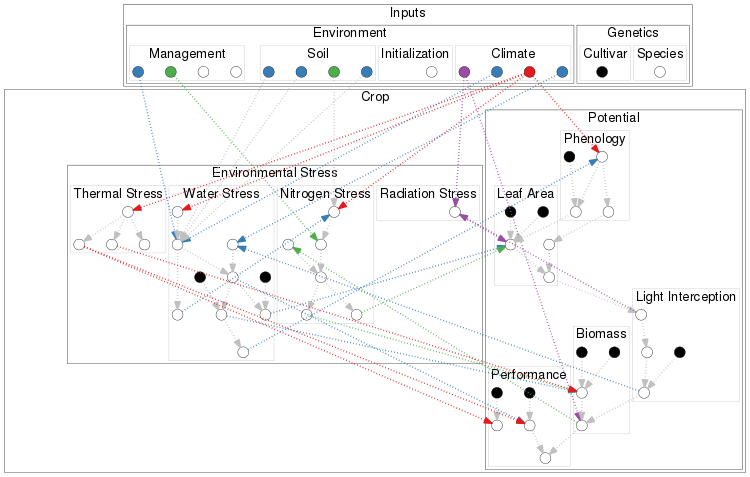
Before: inst/doc/files/structure_nodes.png, a diagram exported from Graphviz (picasa/rsunflo). Its source is kept beside it as inst/doc/files/structure_nodes.dot. Its diagram source:
```dot
/* Graphe de dépendance */
/* dot -T pdf -o structure_nodes.pdf structure_nodes.dot  */
/* dot -T png -o structure_nodes.png structure_nodes.dot  */
/* dot -T svg -o structure_nodes.svg structure_nodes.dot  */
/* dot -T png -o structure_simple.png structure.dot -Nlabel= -Nshape=circle -Gdpi=150 -Earrowsize=2 -Epenwidth=4 -Estyle=dotted*/

digraph G {
    dpi=150
    size = "5, 5"
    fontname = Helvetica
    fontnames = "ps"
    rankdir = TB
    ranksep = "0.8"
    nodesep = "0.8"
    splines = line
    ratio = "auto"


    bgcolor=white
    node [shape=circle, label="", width=0.4]
    edge [arrowsize=2, penwidth=4, style="dotted", color=gray]


    InitialConditions -> ThermalTime [style="invis"] // Vertical alignment
    CultivarParameters -> ThermalTime [style="invis"] // Vertical alignment

    CultivarParameters [style=filled, fillcolor=black]
    ThermalTimeFlowering [style=filled, fillcolor=black]
    ThermalTimeMaturity [style=filled, fillcolor=black]
    LeafNumber [style=filled, fillcolor=black]
    LeafSize [style=filled, fillcolor=black]
    LeafProfile [style=filled, fillcolor=black]
    ExtinctionCoefficient [style=filled, fillcolor=black]
    PotentialHarvestIndex [style=filled, fillcolor=black]
    PotentialOilContent [style=filled, fillcolor=black]
    WaterResponseExpansion [style=filled, fillcolor=black]
    WaterResponseConductance [style=filled, fillcolor=black]


    subgraph clusterInputs {
		label="Inputs"
		fontsize=35

	    subgraph clusterInputEnvironment {
			label="Environment"
			fontsize=35


      subgraph clusterInputEnvironmentClimate {
				label="  Climate  "
				fontsize=35
				pencolor=gray

				Temperature [style=filled, colorscheme=set14, fillcolor=1]
				PET [style=filled, colorscheme=set14, fillcolor=2]
				Rainfall [style=filled, colorscheme=set14, fillcolor=2]
				Radiation [style=filled, colorscheme=set14, fillcolor=4]
			}

      subgraph clusterInputEnvironmentManagement {
				label="Management"
				fontsize=35
				pencolor=gray

				SowingDate
				SowingDensity
				Fertilization [style=filled, colorscheme=set14, fillcolor=3]
				Irrigation [style=filled, colorscheme=set14, fillcolor=2]
			}

		  subgraph clusterInputEnvironmentSoil {
				label="    Soil    "
				fontsize=35
				pencolor=gray

				WaterCapacity [style=filled, colorscheme=set14, fillcolor=2]
				RootingDepth [style=filled, colorscheme=set14, fillcolor=2]
				SoilDensity [style=filled, colorscheme=set14, fillcolor=2]
				MineralizationRate [style=filled, colorscheme=set14, fillcolor=3]
			}

      subgraph clusterInputEnvironmentInit {
				label="Initialization"
				fontsize=35
				pencolor=gray

				InitialConditions
			}
	  }

	    subgraph clusterInputGenetics {
			label="   Genetics   "
			fontsize=35

		    subgraph clusterInputGeneticsSpecies {
				label="Species"
				fontsize=35
				pencolor=gray

				SpeciesParameters
			}

		    subgraph clusterInputGeneticsCultivar {
				label="Cultivar"
				fontsize=35
				pencolor=gray

				CultivarParameters
			}
		}
  }


	subgraph clusterCrop {
		label="Crop"
		fontsize=35


	    subgraph clusterCropPotential {
			label="Potential"
			fontsize=35

			subgraph clusterCropPhenology {
				label="Phenology"
				fontsize=35
				pencolor=gray

				Temperature -> ThermalTime [style=dotted, colorscheme=set14, color=1, constraint=false] // InputsVariable
				LeafNumber -> LeafAppearance

				ThermalTime -> {LeafAppearance LeafLongevity}
				LeafAppearance
				LeafLongevity

			}

		  subgraph clusterCropLeafArea {
				label="Leaf Area"
				fontsize=35
				pencolor=gray

				{LeafProfile LeafSize} -> LeafGrowthRate
				LeafAppearance -> LeafGrowthRate
				LeafLongevity -> LeafSenescenceRate

				LeafGrowthRate -> LeafArea
				LeafSenescenceRate -> LeafArea
			}

      subgraph clusterCropInterception {
				label="Light Interception"
				fontsize=35
				pencolor=gray

				ExtinctionCoefficient -> RIE
				LeafArea -> PlantLeafArea

				PlantLeafArea -> LAI
				LAI -> RIE
		  }

		  subgraph clusterCropBiomass {
				label="Biomass"
				fontsize=35
				pencolor=gray

				{ThermalTimeFlowering ThermalTimeMaturity} -> RUE
				Radiation -> CropBiomass [style=dotted, colorscheme=set14, color=4]  // InputsVariable
				RIE -> CropBiomass

				RUE -> CropBiomass
				CropBiomass
		  }

		  subgraph clusterCropPerformance {
				label="Performance"
				fontsize=35
				pencolor=gray

				PotentialHarvestIndex -> HarvestIndex
				PotentialOilContent -> OilContent
				CropBiomass -> CropYield

				HarvestIndex -> CropYield
				OilContent
		}
	}


	    subgraph clusterCropStress {
			label="Environmental Stress"
			fontsize=35

      subgraph clusterCropStressWater {
				label="Water Stress"
				fontsize=35
				pencolor=gray

				{Rainfall Irrigation} -> WaterSupply [style=dotted, colorscheme=set14, color=2] // InputsVariable
				Temperature -> {RootGrowth} [style=dotted, colorscheme=set14, color=1, constraint=false] // InputsVariable
				WaterResponseConductance -> WaterStressConductance
				WaterResponseExpansion -> WaterStressExpansion
				{RIE PET} -> WaterDemand [style=dotted, colorscheme=set14, color=2]
				{WaterCapacity RootingDepth SoilDensity} -> WaterSupply [style=dotted]

				RootGrowth -> WaterSupply
				{WaterSupply WaterDemand} -> WaterStress
				WaterSupply -> WaterStressMineralization
				WaterStress -> {WaterStressConductance WaterStressExpansion}
				WaterStressConductance -> WaterStressPhenology

				WaterStressExpansion -> LeafGrowthRate [style=dotted, colorscheme=set14, color=2]
				WaterStressConductance -> RUE [style=dotted, colorscheme=set14, color=2]
				WaterStressPhenology -> ThermalTime [style=dotted, colorscheme=set14, color=2]
				WaterStress -> HarvestIndex [style=dotted, colorscheme=set14, color=2]

				{rank=same; WaterStressConductance; WaterStressExpansion; WaterStressMineralization}
		    }

      subgraph clusterCropStressNitrogen {
				label="Nitrogen Stress"
				fontsize=35
				pencolor=gray

				Fertilization -> NitrogenSupply [style=dotted, colorscheme=set14, color=3] // InputsVariable
				Temperature -> Mineralization [style=dotted, colorscheme=set14, color=1] // InputsVariable
				MineralizationRate -> Mineralization [style=dotted] // InputsVariable
				WaterStressMineralization -> Mineralization [style=dotted, colorscheme=set14, color=2, constraint=false]
				CropBiomass -> NitrogenDemand [style=dotted, colorscheme=set14, color=3]

				Mineralization -> NitrogenSupply
				{NitrogenSupply NitrogenDemand} -> NitrogenStress
				NitrogenStress -> {NitrogenStressRUE NitrogenStressExpansion}

				NitrogenStressExpansion -> LeafGrowthRate [style=dotted, colorscheme=set14, color=3]
				NitrogenStressRUE -> RUE [style=dotted, colorscheme=set14, color=3]
		  }

		  subgraph clusterCropStressTemperature {
				label="Thermal Stress"
				fontsize=35
				pencolor=gray

				Temperature -> {TemperatureAirMean} [style=dotted, colorscheme=set14, color=1] // InputsVariable

				TemperatureAirMean -> {ThermalStressRUE ThermalStressAllocation ThermalStressMineralization}

				ThermalStressRUE -> RUE [style=dotted, colorscheme=set14, color=1]
				ThermalStressAllocation -> {HarvestIndex OilContent} [style=dotted, colorscheme=set14, color=1]
			}

		  subgraph clusterCropStressRadiation {
				label="Radiation Stress"
				fontsize=35
				pencolor=gray

				Radiation -> RadiationStress [style=dotted, colorscheme=set14, color=4] // InputsVariable
				PlantLeafArea -> RadiationStress [style=dotted, colorscheme=set14, color=4]

				RadiationStress -> LeafGrowthRate [style=dotted, colorscheme=set14, color=4]
		  }
		}
	}
}


```
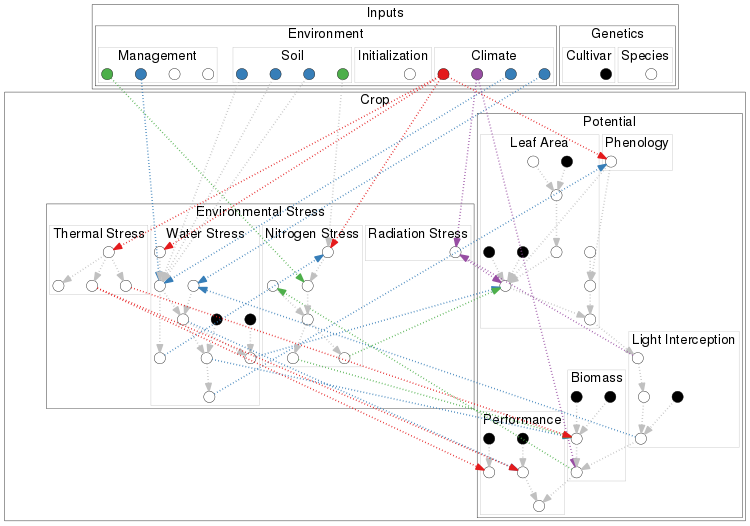
Above is the later version.

Commit message:
added leaf development documentation. modified model graphs in consequence.

Change to the diagram source:
```diff
@@ -20,16 +20,15 @@
     node [shape=circle, label="", width=0.4]
     edge [arrowsize=2, penwidth=4, style="dotted", color=gray]
 
-
     InitialConditions -> ThermalTime [style="invis"] // Vertical alignment
     CultivarParameters -> ThermalTime [style="invis"] // Vertical alignment
 
     CultivarParameters [style=filled, fillcolor=black]
     ThermalTimeFlowering [style=filled, fillcolor=black]
     ThermalTimeMaturity [style=filled, fillcolor=black]
-    LeafNumber [style=filled, fillcolor=black]
-    LeafSize [style=filled, fillcolor=black]
-    LeafProfile [style=filled, fillcolor=black]
+    PotentialLeafNumber [style=filled, fillcolor=black]
+    PotentialLeafSize [style=filled, fillcolor=black]
+    PotentialLeafProfile [style=filled, fillcolor=black]
     ExtinctionCoefficient [style=filled, fillcolor=black]
     PotentialHarvestIndex [style=filled, fillcolor=black]
     PotentialOilContent [style=filled, fillcolor=black]
@@ -125,12 +124,9 @@
 				fontsize=35
 				pencolor=gray
 
-				Temperature -> ThermalTime [style=dotted, colorscheme=set14, color=1, constraint=false] // InputsVariable
-				LeafNumber -> LeafAppearance
+				Temperature -> ThermalTime [style=dotted, colorscheme=set14, constraint=false, color=1] // InputsVariable
 
-				ThermalTime -> {LeafAppearance LeafLongevity}
-				LeafAppearance
-				LeafLongevity
+				ThermalTime
 
 			}
 
@@ -139,11 +135,16 @@
 				fontsize=35
 				pencolor=gray
 
-				{LeafProfile LeafSize} -> LeafGrowthRate
-				LeafAppearance -> LeafGrowthRate
-				LeafLongevity -> LeafSenescenceRate
+				ThermalTime -> {LeafExpansionRate LeafSenescenceRate} [constraint=false]
+				{Phyllotherm PotentialLeafNumber} -> LeafInitiationTime
+				{PotentialLeafProfile PotentialLeafSize} -> LeafExpansionRate
 
-				LeafGrowthRate -> LeafArea
+				LeafInitiationTime -> LeafExpansionTime
+				LeafSenescenceTime
+				{rank=same; LeafExpansionTime; LeafSenescenceTime}
+				LeafExpansionTime -> LeafExpansionRate
+				LeafSenescenceTime -> LeafSenescenceRate
+				LeafExpansionRate -> LeafArea
 				LeafSenescenceRate -> LeafArea
 			}
 
@@ -165,7 +166,7 @@
 				pencolor=gray
 
 				{ThermalTimeFlowering ThermalTimeMaturity} -> RUE
-				Radiation -> CropBiomass [style=dotted, colorscheme=set14, color=4]  // InputsVariable
+				Radiation -> CropBiomass [style=dotted, colorscheme=set14, color=4, constraint=false]  // InputsVariable
 				RIE -> CropBiomass
 
 				RUE -> CropBiomass
@@ -209,7 +210,7 @@
 				WaterStress -> {WaterStressConductance WaterStressExpansion}
 				WaterStressConductance -> WaterStressPhenology
 
-				WaterStressExpansion -> LeafGrowthRate [style=dotted, colorscheme=set14, color=2]
+				WaterStressExpansion -> LeafExpansionRate [style=dotted, colorscheme=set14, color=2]
 				WaterStressConductance -> RUE [style=dotted, colorscheme=set14, color=2]
 				WaterStressPhenology -> ThermalTime [style=dotted, colorscheme=set14, color=2]
 				WaterStress -> HarvestIndex [style=dotted, colorscheme=set14, color=2]
@@ -223,7 +224,7 @@
 				pencolor=gray
 
 				Fertilization -> NitrogenSupply [style=dotted, colorscheme=set14, color=3] // InputsVariable
-				Temperature -> Mineralization [style=dotted, colorscheme=set14, color=1] // InputsVariable
+				Temperature -> Mineralization [style=dotted, colorscheme=set14, color=1, constraint=false] // InputsVariable
 				MineralizationRate -> Mineralization [style=dotted] // InputsVariable
 				WaterStressMineralization -> Mineralization [style=dotted, colorscheme=set14, color=2, constraint=false]
 				CropBiomass -> NitrogenDemand [style=dotted, colorscheme=set14, color=3]
@@ -232,7 +233,7 @@
 				{NitrogenSupply NitrogenDemand} -> NitrogenStress
 				NitrogenStress -> {NitrogenStressRUE NitrogenStressExpansion}
 
-				NitrogenStressExpansion -> LeafGrowthRate [style=dotted, colorscheme=set14, color=3]
+				NitrogenStressExpansion -> LeafExpansionRate [style=dotted, colorscheme=set14, color=3]
 				NitrogenStressRUE -> RUE [style=dotted, colorscheme=set14, color=3]
 		  }
 
@@ -257,7 +258,7 @@
 				Radiation -> RadiationStress [style=dotted, colorscheme=set14, color=4] // InputsVariable
 				PlantLeafArea -> RadiationStress [style=dotted, colorscheme=set14, color=4]
 
-				RadiationStress -> LeafGrowthRate [style=dotted, colorscheme=set14, color=4]
+				RadiationStress -> LeafExpansionRate [style=dotted, colorscheme=set14, color=4]
 		  }
 		}
 	}
```
